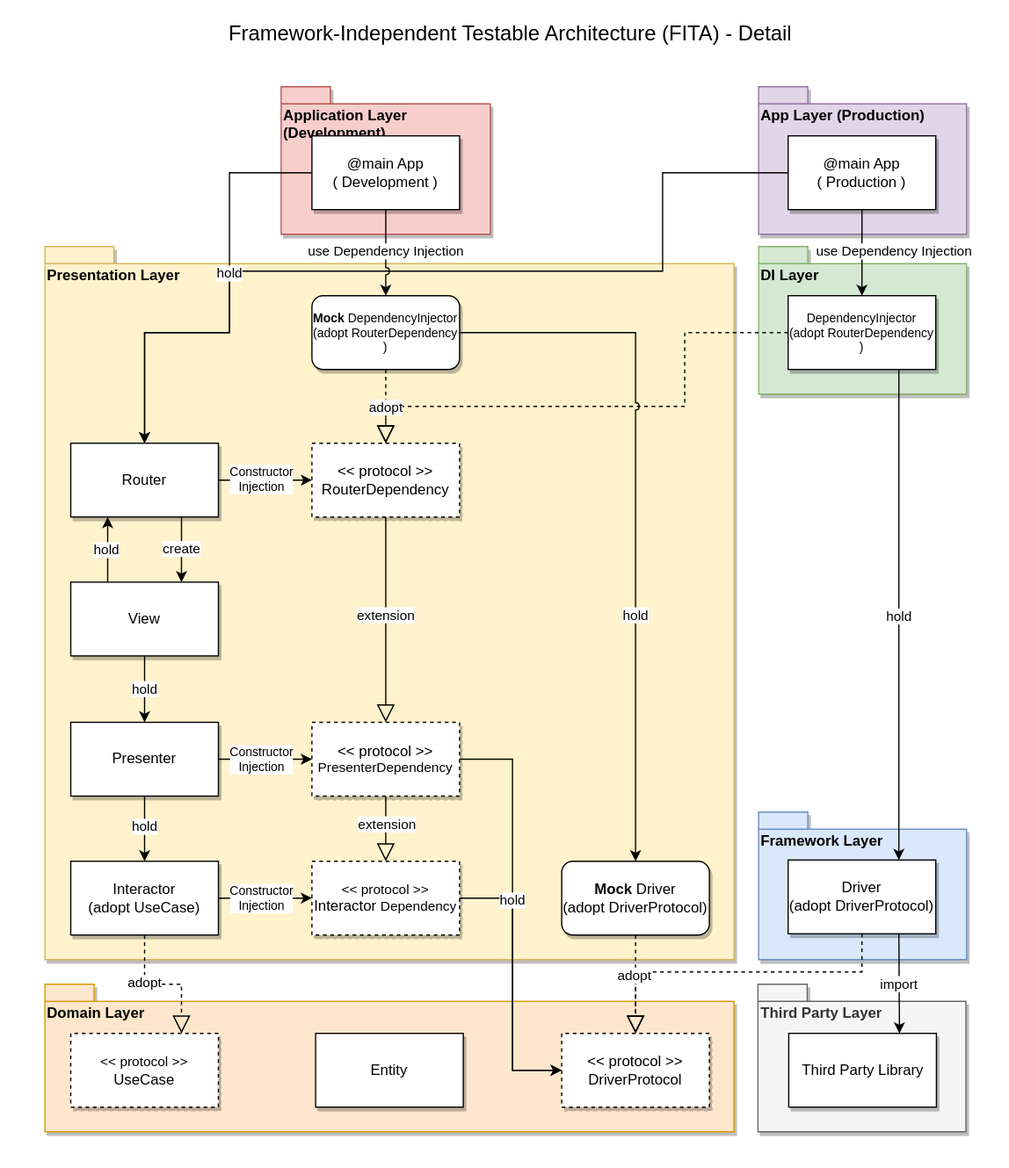
suguruTakahashi-1234/fia-practical-sample keeps this draw.io diagram as asset/drawio/architecture_detail.drawio.svg. Above is the earlier version. Source tidied: cells renumbered, new cells last; positions are measured from the earlier drawing's top-left corner, leaving out a move shared by most shapes.
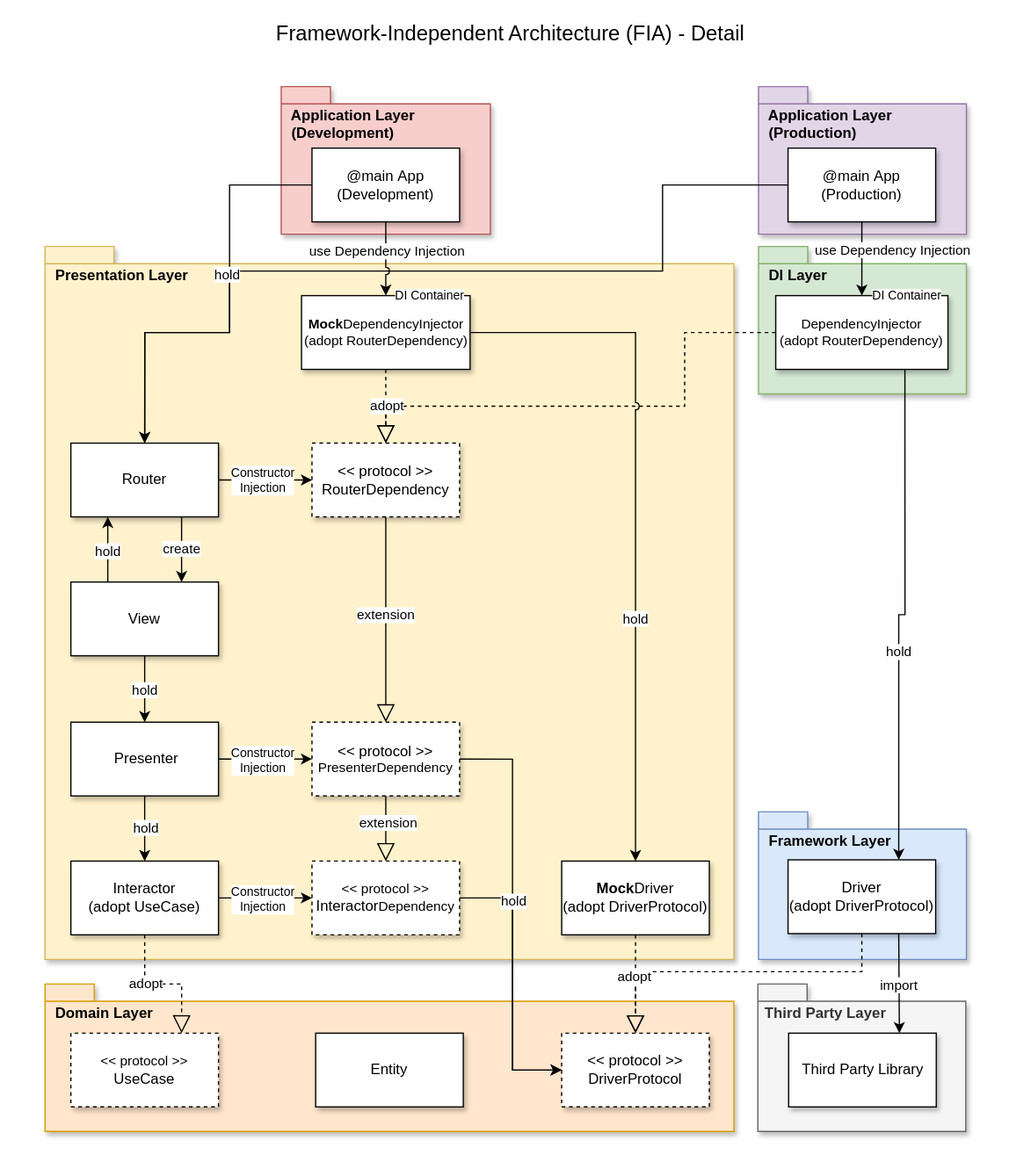
The same file after the commit.

Diff of the diagram source:
```diff
@@ -113,8 +113,8 @@
     <mxCell id="34" value="&lt;div&gt;&lt;span style=&quot;background-color: initial;&quot;&gt;Driver&lt;/span&gt;&lt;br&gt;&lt;/div&gt;&lt;div style=&quot;&quot;&gt;&lt;font style=&quot;font-size: 12px;&quot;&gt;(adopt DriverProtocol)&lt;/font&gt;&lt;br&gt;&lt;/div&gt;" style="rounded=0;whiteSpace=wrap;html=1;shadow=1;flipH=0;" parent="1" vertex="1">
       <mxGeometry x="640" y="699" width="120" height="60" as="geometry" />
     </mxCell>
-    <mxCell id="35" value="&lt;font style=&quot;font-size: 10px;&quot;&gt;DependencyInjector&lt;/font&gt;&lt;div style=&quot;font-size: 10px;&quot;&gt;&lt;font style=&quot;font-size: 10px;&quot;&gt;(adopt&amp;nbsp;&lt;span style=&quot;background-color: initial;&quot;&gt;RouterDependency&lt;/span&gt;&lt;span style=&quot;background-color: initial;&quot;&gt;)&lt;/span&gt;&lt;/font&gt;&lt;/div&gt;" style="rounded=0;whiteSpace=wrap;html=1;shadow=1;fontSize=9;" parent="1" vertex="1">
-      <mxGeometry x="640" y="240" width="120" height="60" as="geometry" />
+    <mxCell id="35" value="&lt;font style=&quot;font-size: 11px;&quot;&gt;DependencyInjector&lt;/font&gt;&lt;div style=&quot;font-size: 11px;&quot;&gt;&lt;font style=&quot;font-size: 11px;&quot;&gt;(adopt&amp;nbsp;&lt;span style=&quot;background-color: initial;&quot;&gt;RouterDependency&lt;/span&gt;&lt;span style=&quot;background-color: initial;&quot;&gt;)&lt;/span&gt;&lt;/font&gt;&lt;/div&gt;" style="rounded=0;whiteSpace=wrap;html=1;shadow=1;fontSize=9;" parent="1" vertex="1">
+      <mxGeometry x="630" y="240" width="140" height="60" as="geometry" />
     </mxCell>
     <mxCell id="36" style="endArrow=block;dashed=1;endFill=0;endSize=12;html=1;rounded=0;edgeStyle=orthogonalEdgeStyle;entryX=0.5;entryY=0;entryDx=0;entryDy=0;exitX=0;exitY=0.5;exitDx=0;exitDy=0;jumpStyle=arc;" parent="1" edge="1" source="35" target="26">
       <mxGeometry relative="1" as="geometry">
@@ -133,8 +133,8 @@
         <mxPoint x="-1" y="11" as="offset" />
       </mxGeometry>
     </mxCell>
-    <mxCell id="39" value="hold" style="endArrow=classic;html=1;rounded=0;exitX=0.75;exitY=1;exitDx=0;exitDy=0;entryX=0.75;entryY=0;entryDx=0;entryDy=0;" parent="1" edge="1" source="35" target="34">
-      <mxGeometry x="0.01" relative="1" as="geometry" />
+    <mxCell id="39" value="hold" style="endArrow=classic;html=1;rounded=0;exitX=0.75;exitY=1;exitDx=0;exitDy=0;entryX=0.75;entryY=0;entryDx=0;entryDy=0;edgeStyle=orthogonalEdgeStyle;" parent="1" edge="1" source="35" target="34">
+      <mxGeometry x="0.16" relative="1" as="geometry" />
     </mxCell>
     <mxCell id="40" value="&amp;nbsp; Application Layer&lt;br&gt;&amp;nbsp; (Development)" style="shape=folder;fontStyle=1;spacingTop=10;tabWidth=40;tabHeight=14;tabPosition=left;html=1;whiteSpace=wrap;align=left;horizontal=1;verticalAlign=top;fillColor=#f8cecc;strokeColor=#b85450;shadow=1;" parent="1" vertex="1">
       <mxGeometry x="228" y="70" width="170" height="120" as="geometry" />
@@ -161,18 +161,18 @@
       </mxGeometry>
     </mxCell>
     <mxCell id="44" value="@main&amp;nbsp;&lt;span style=&quot;background-color: initial;&quot;&gt;App&lt;br&gt;(&lt;/span&gt;&lt;span style=&quot;text-align: left;&quot;&gt;Development&lt;/span&gt;&lt;span style=&quot;background-color: initial;&quot;&gt;)&lt;/span&gt;" style="rounded=0;whiteSpace=wrap;html=1;shadow=1;" parent="1" vertex="1">
-      <mxGeometry x="253" y="110" width="120" height="60" as="geometry" />
+      <mxGeometry x="253" y="120" width="120" height="60" as="geometry" />
     </mxCell>
-    <mxCell id="45" value="App Layer (Production)" style="shape=folder;fontStyle=1;spacingTop=10;tabWidth=40;tabHeight=14;tabPosition=left;html=1;whiteSpace=wrap;align=left;horizontal=1;verticalAlign=top;fillColor=#e1d5e7;strokeColor=#9673a6;shadow=1;" parent="1" vertex="1">
+    <mxCell id="45" value="&amp;nbsp; Application&amp;nbsp;Layer&amp;nbsp;&lt;div&gt;&amp;nbsp; (Production)&lt;/div&gt;" style="shape=folder;fontStyle=1;spacingTop=10;tabWidth=40;tabHeight=14;tabPosition=left;html=1;whiteSpace=wrap;align=left;horizontal=1;verticalAlign=top;fillColor=#e1d5e7;strokeColor=#9673a6;shadow=1;" parent="1" vertex="1">
       <mxGeometry x="616" y="70" width="169" height="120" as="geometry" />
     </mxCell>
     <mxCell id="46" value="@main&amp;nbsp;&lt;span style=&quot;background-color: initial;&quot;&gt;App&lt;br&gt;(&lt;/span&gt;Production&lt;span style=&quot;background-color: initial;&quot;&gt;)&lt;/span&gt;" style="rounded=0;whiteSpace=wrap;html=1;shadow=1;" parent="1" vertex="1">
-      <mxGeometry x="640" y="110" width="120" height="60" as="geometry" />
+      <mxGeometry x="640" y="120" width="120" height="60" as="geometry" />
     </mxCell>
     <mxCell id="47" style="endArrow=classic;html=1;rounded=0;exitX=0;exitY=0.5;exitDx=0;exitDy=0;entryX=0.5;entryY=0;entryDx=0;entryDy=0;edgeStyle=orthogonalEdgeStyle;" parent="1" edge="1" source="44" target="13">
       <mxGeometry x="0.01" relative="1" as="geometry">
         <Array as="points">
-          <mxPoint x="186" y="140" />
+          <mxPoint x="186" y="150" />
           <mxPoint x="186" y="270" />
           <mxPoint x="117" y="270" />
         </Array>
@@ -188,10 +188,10 @@
     </mxCell>
     <mxCell id="49" value="use Dependency Injection" style="edgeLabel;html=1;align=center;verticalAlign=middle;" parent="48" vertex="1">
       <mxGeometry x="-0.1" relative="1" as="geometry">
-        <mxPoint x="26" y="2" as="offset" />
+        <mxPoint x="24" y="-5" as="offset" />
       </mxGeometry>
     </mxCell>
-    <mxCell id="50" value="&lt;div&gt;&lt;font style=&quot;font-size: 12px;&quot;&gt;&lt;b style=&quot;background-color: initial;&quot;&gt;Mock&lt;/b&gt;Driver&lt;/font&gt;&lt;div style=&quot;&quot;&gt;&lt;font style=&quot;font-size: 12px;&quot;&gt;(adopt DriverProtocol)&lt;/font&gt;&lt;br&gt;&lt;/div&gt;&lt;/div&gt;" style="rounded=1;whiteSpace=wrap;html=1;shadow=1;flipH=0;" parent="1" vertex="1">
+    <mxCell id="50" value="&lt;div&gt;&lt;font style=&quot;font-size: 12px;&quot;&gt;&lt;b style=&quot;background-color: initial;&quot;&gt;Mock&lt;/b&gt;Driver&lt;/font&gt;&lt;div style=&quot;&quot;&gt;&lt;font style=&quot;font-size: 12px;&quot;&gt;(adopt DriverProtocol)&lt;/font&gt;&lt;br&gt;&lt;/div&gt;&lt;/div&gt;" style="rounded=0;whiteSpace=wrap;html=1;shadow=1;flipH=0;" parent="1" vertex="1">
       <mxGeometry x="456" y="700" width="120" height="60" as="geometry" />
     </mxCell>
     <mxCell id="51" style="endArrow=block;dashed=1;endFill=0;endSize=12;html=1;rounded=0;exitX=0.5;exitY=1;exitDx=0;exitDy=0;entryX=0.5;entryY=0;entryDx=0;entryDy=0;edgeStyle=orthogonalEdgeStyle;" parent="1" edge="1" source="50" target="33">
@@ -213,7 +213,7 @@
     <mxCell id="54" style="endArrow=classic;html=1;rounded=0;exitX=0;exitY=0.5;exitDx=0;exitDy=0;edgeStyle=orthogonalEdgeStyle;jumpStyle=arc;entryX=0.5;entryY=0;entryDx=0;entryDy=0;" parent="1" edge="1" source="46" target="13">
       <mxGeometry x="0.01" relative="1" as="geometry">
         <Array as="points">
-          <mxPoint x="538" y="140" />
+          <mxPoint x="538" y="150" />
           <mxPoint x="538" y="220" />
           <mxPoint x="186" y="220" />
           <mxPoint x="186" y="270" />
@@ -238,7 +238,7 @@
     </mxCell>
     <mxCell id="58" value="use Dependency Injection" style="edgeLabel;html=1;align=center;verticalAlign=middle;" parent="57" vertex="1">
       <mxGeometry x="-0.1" relative="1" as="geometry">
-        <mxPoint y="2" as="offset" />
+        <mxPoint y="-4" as="offset" />
       </mxGeometry>
     </mxCell>
     <mxCell id="59" value="&lt;span style=&quot;text-align: center;&quot;&gt;&amp;nbsp;Third Party Layer&lt;/span&gt;" style="shape=folder;fontStyle=1;spacingTop=10;tabWidth=40;tabHeight=14;tabPosition=left;html=1;whiteSpace=wrap;align=left;horizontal=1;verticalAlign=top;fillColor=#f5f5f5;strokeColor=#666666;fontColor=#333333;shadow=1;" parent="1" vertex="1">
@@ -250,11 +250,17 @@
     <mxCell id="61" value="import" style="endArrow=classic;html=1;rounded=0;exitX=0.75;exitY=1;exitDx=0;exitDy=0;entryX=0.75;entryY=0;entryDx=0;entryDy=0;" parent="1" edge="1" source="34" target="60">
       <mxGeometry x="0.01" relative="1" as="geometry" />
     </mxCell>
-    <mxCell id="62" value="&lt;div style=&quot;font-size: 10px;&quot;&gt;&lt;font style=&quot;font-size: 10px;&quot;&gt;&lt;b style=&quot;background-color: initial;&quot;&gt;Mock&lt;/b&gt;DependencyInjector&lt;/font&gt;&lt;div style=&quot;&quot;&gt;(adopt&amp;nbsp;&lt;span style=&quot;background-color: initial;&quot;&gt;RouterDependency&lt;/span&gt;&lt;span style=&quot;background-color: initial;&quot;&gt;)&lt;/span&gt;&lt;/div&gt;&lt;/div&gt;" style="rounded=1;whiteSpace=wrap;html=1;shadow=1;glass=0;" parent="1" vertex="1">
-      <mxGeometry x="253" y="240" width="120" height="60" as="geometry" />
+    <mxCell id="62" value="&lt;div style=&quot;font-size: 11px;&quot;&gt;&lt;font style=&quot;font-size: 11px;&quot;&gt;&lt;b style=&quot;background-color: initial;&quot;&gt;Mock&lt;/b&gt;DependencyInjector&lt;/font&gt;&lt;div style=&quot;&quot;&gt;(adopt&amp;nbsp;&lt;span style=&quot;background-color: initial;&quot;&gt;RouterDependency&lt;/span&gt;&lt;span style=&quot;background-color: initial;&quot;&gt;)&lt;/span&gt;&lt;/div&gt;&lt;/div&gt;" style="rounded=0;whiteSpace=wrap;html=1;shadow=1;glass=0;" parent="1" vertex="1">
+      <mxGeometry x="244.5" y="240" width="137" height="60" as="geometry" />
     </mxCell>
-    <mxCell id="63" value="Framework-Independent Testable Architecture (FITA) - Detail" style="text;html=1;align=center;verticalAlign=middle;strokeColor=none;fillColor=none;fontSize=17;fontStyle=0;" parent="1" vertex="1">
-      <mxGeometry x="174" y="13" width="480" height="30" as="geometry" />
+    <mxCell id="63" value="Framework-Independent Architecture (FIA) - Detail" style="text;html=1;align=center;verticalAlign=middle;strokeColor=none;fillColor=none;fontSize=17;fontStyle=0;" parent="1" vertex="1">
+      <mxGeometry x="214" y="13" width="400" height="30" as="geometry" />
     </mxCell>
+    <mxCell id="64" value="DI Container" style="text;html=1;align=center;verticalAlign=middle;whiteSpace=wrap;rounded=0;labelBackgroundColor=default;fontSize=10;" parent="1" vertex="1">
+      <mxGeometry x="311.5" y="225" width="74" height="30" as="geometry" />
+    </mxCell>
+    <mxCell id="65" value="DI Container" style="text;html=1;align=center;verticalAlign=middle;whiteSpace=wrap;rounded=0;labelBackgroundColor=default;fontSize=10;" parent="1" vertex="1">
+      <mxGeometry x="700" y="225" width="74" height="30" as="geometry" />
+    </mxCell>
   </root>
 </mxGraphModel>
```
